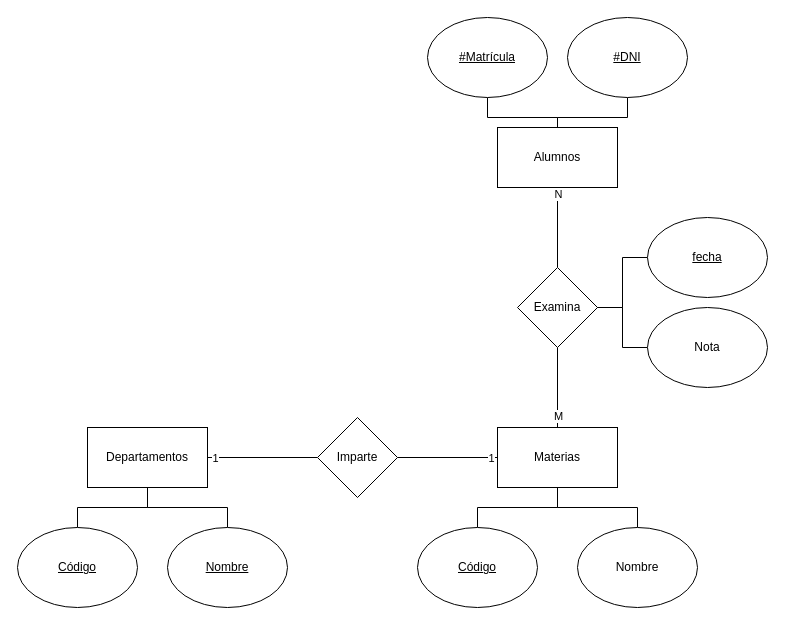
Before: page "Centro de Enseñanza" (1 of 4) of ejercicios_diagramas_e_r.drawio in Fonsy/BBDD2021, a draw.io diagram. Source tidied: cells renumbered, new cells numbered last; positions are measured from the earlier drawing's top-left corner, leaving out a move shared by most shapes. Both pictures are drawn from the tidied source at 100%, with x=0, y=0 at pixel (17, 17).
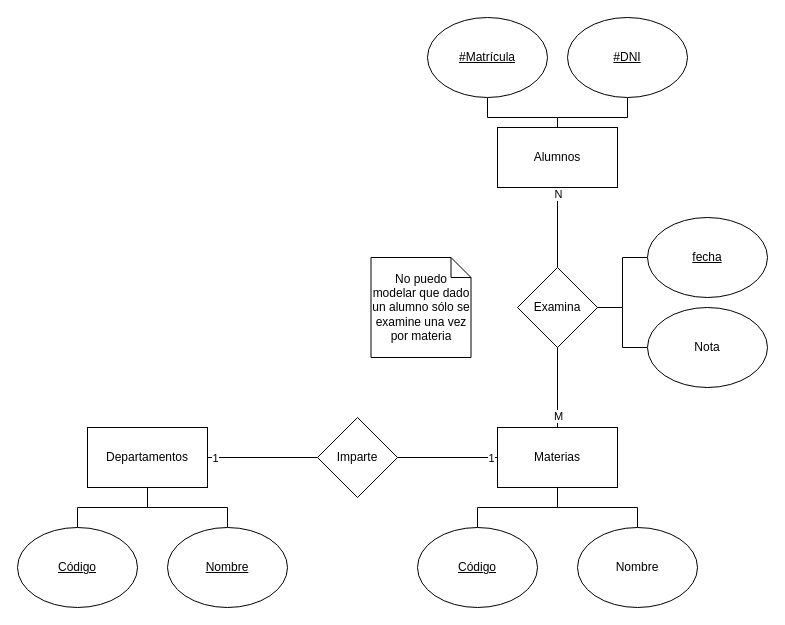
Above is the later version.

What changed in the source:
```diff
@@
+    <mxCell id="31" value="No puedo modelar que dado un alumno sólo se examine una vez por materia" style="shape=note;size=20;whiteSpace=wrap;html=1;fillColor=default;strokeColor=default;fontColor=default;" parent="1" vertex="1">
+      <mxGeometry x="353.5" y="240" width="100" height="100" as="geometry" />
+    </mxCell>
```
